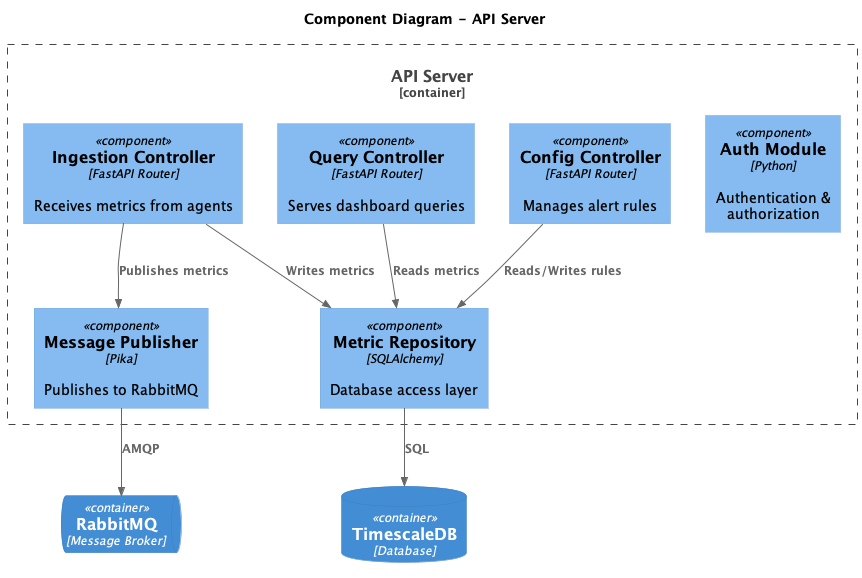
Before: docs/arc42/diagrams/images/c4_component_api.png, a diagram exported from PlantUML (vector94/nazar).
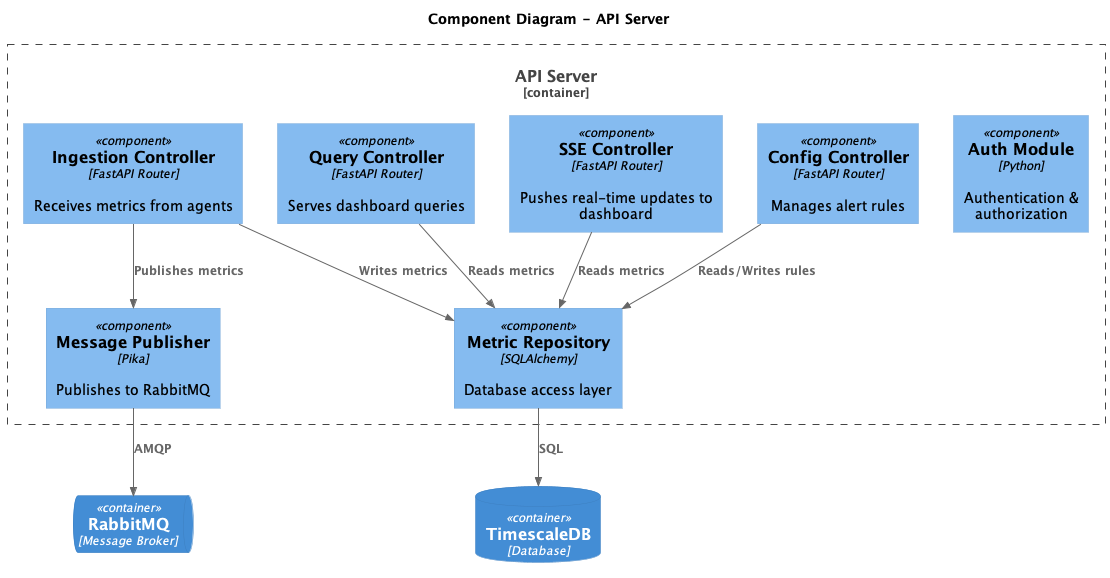
Above is the later version.

Commit message:
Add SSE documentation and update diagrams

Diff of the diagram source:
```diff
@@ -6,6 +6,7 @@
 Container_Boundary(api, "API Server") {
     Component(ingestion, "Ingestion Controller", "FastAPI Router", "Receives metrics from agents")
     Component(query, "Query Controller", "FastAPI Router", "Serves dashboard queries")
+    Component(sse, "SSE Controller", "FastAPI Router", "Pushes real-time updates to dashboard")
     Component(config, "Config Controller", "FastAPI Router", "Manages alert rules")
     Component(auth, "Auth Module", "Python", "Authentication & authorization")
     Component(publisher, "Message Publisher", "Pika", "Publishes to RabbitMQ")
@@ -18,6 +19,7 @@
 Rel(ingestion, publisher, "Publishes metrics")
 Rel(ingestion, repo, "Writes metrics")
 Rel(query, repo, "Reads metrics")
+Rel(sse, repo, "Reads metrics")
 Rel(config, repo, "Reads/Writes rules")
 Rel(publisher, mq, "AMQP")
 Rel(repo, db, "SQL")
```
